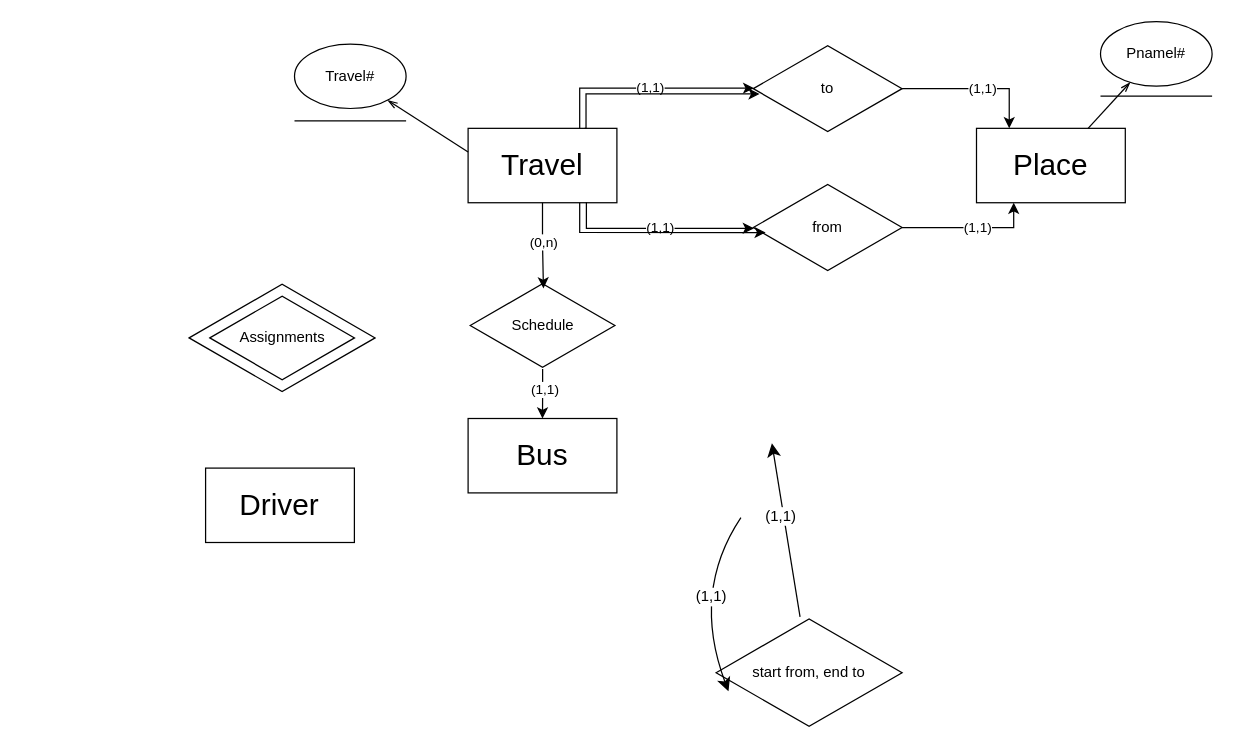
Earlier version of the draw.io diagram databasemgrCourse/assignment1.drawio (turswiming/drawio_file). Source tidied: cells renumbered, new cells numbered last; positions are measured from the earlier drawing's top-left corner, leaving out a move shared by most shapes. Both pictures are drawn from the tidied source at 124%, with x=0, y=0 at pixel (188, 21).
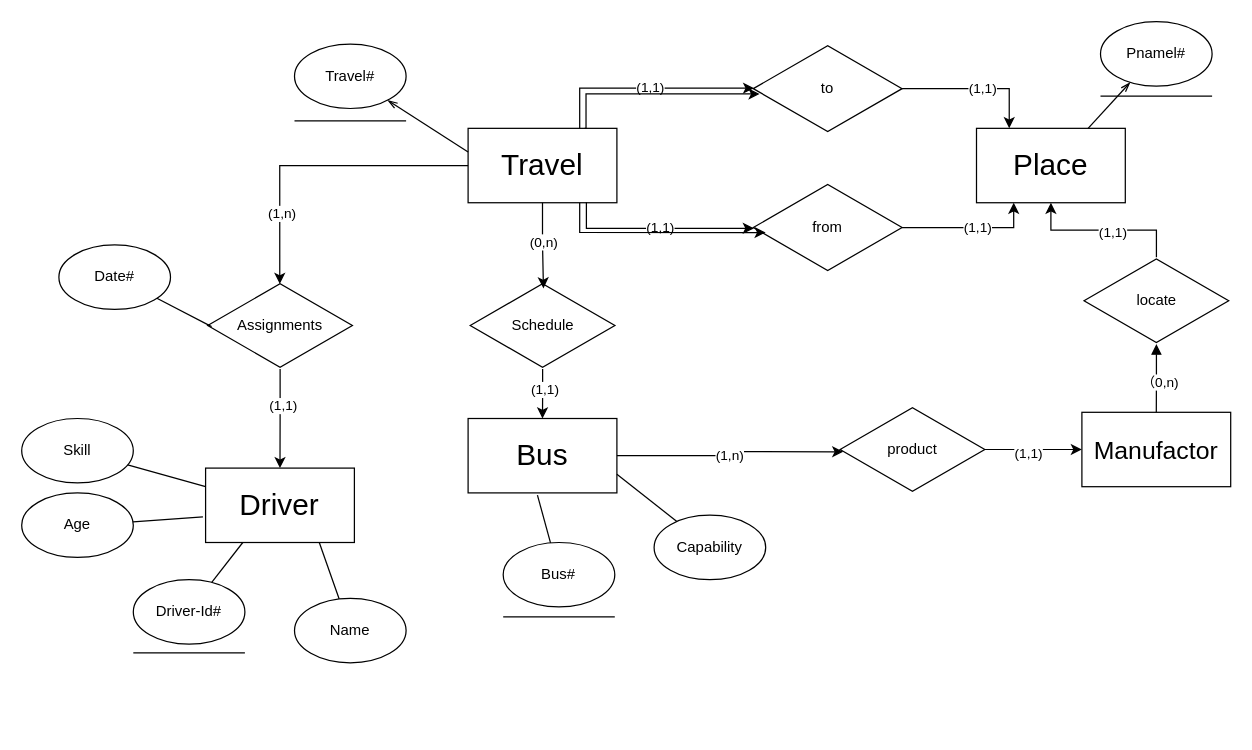
The same diagram, later.

The change refers to these unchanged cells:
```xml
<mxCell id="2" value="&lt;font style=&quot;font-size: 24px;&quot;&gt;Bus&lt;/font&gt;" style="rounded=0;whiteSpace=wrap;html=1;" parent="1" vertex="1">
  <mxGeometry x="225" y="320" width="120" height="60" as="geometry" />
</mxCell>
<mxCell id="9" value="&lt;font style=&quot;font-size: 24px;&quot;&gt;Travel&lt;/font&gt;" style="rounded=0;whiteSpace=wrap;html=1;" parent="1" vertex="1">
  <mxGeometry x="225" y="86" width="120" height="60" as="geometry" />
</mxCell>
<mxCell id="10" value="&lt;font style=&quot;font-size: 24px;&quot;&gt;Place&lt;/font&gt;" style="rounded=0;whiteSpace=wrap;html=1;" parent="1" vertex="1">
  <mxGeometry x="635" y="86" width="120" height="60" as="geometry" />
</mxCell>
<mxCell id="11" value="&lt;font style=&quot;font-size: 24px;&quot;&gt;Driver&lt;/font&gt;" style="rounded=0;whiteSpace=wrap;html=1;" parent="1" vertex="1">
  <mxGeometry x="13.3" y="360" width="120" height="60" as="geometry" />
</mxCell>
```

The edit, as a diff of the source:
```diff
@@
-    <mxCell id="3" style="edgeStyle=none;curved=1;rounded=0;jettySize=auto;html=1;fontSize=12;startSize=8;endSize=8;" parent="1" edge="1" source="5">
-      <mxGeometry relative="1" as="geometry">
-        <mxPoint x="470" y="340" as="targetPoint" />
-      </mxGeometry>
-    </mxCell>
-    <mxCell id="4" value="(1,1)" style="edgeLabel;html=1;align=center;verticalAlign=middle;fontSize=12;" parent="3" vertex="1">
-      <mxGeometry x="0.17" y="3" relative="1" as="geometry" />
-    </mxCell>
-    <mxCell id="5" value="start from, end to" style="html=1;whiteSpace=wrap;shape=isoRectangle;" parent="1" vertex="1">
-      <mxGeometry x="425" y="480" width="150" height="90" as="geometry" />
-    </mxCell>
-    <mxCell id="6" style="edgeStyle=none;curved=1;rounded=0;orthogonalLoop=1;jettySize=auto;html=1;entryX=0;entryY=0.556;entryDx=0;entryDy=0;entryPerimeter=0;fontSize=12;startSize=8;endSize=8;" parent="1" edge="1">
-      <mxGeometry relative="1" as="geometry">
-        <mxPoint x="445" y="400" as="sourcePoint" />
-        <mxPoint x="435" y="540" as="targetPoint" />
-        <Array as="points">
-          <mxPoint x="405" y="460" />
-        </Array>
-      </mxGeometry>
-    </mxCell>
-    <mxCell id="7" style="edgeLabel;html=1;align=center;verticalAlign=middle;fontSize=12;" parent="6" vertex="1">
-      <mxGeometry x="0.01" y="14" relative="1" as="geometry" />
-    </mxCell>
-    <mxCell id="8" value="(1,1)" style="edgeLabel;html=1;align=center;verticalAlign=middle;fontSize=12;" parent="6" vertex="1">
-      <mxGeometry x="0.03" y="13" relative="1" as="geometry" />
-    </mxCell>
@@
-    <mxCell id="30" style="html=1;whiteSpace=wrap;shape=isoRectangle;" parent="1" vertex="1">
-      <mxGeometry y="210" width="150" height="90" as="geometry" />
-    </mxCell>
+    <mxCell id="37" style="edgeStyle=orthogonalEdgeStyle;rounded=0;jettySize=auto;html=1;entryX=0.5;entryY=0;entryDx=0;entryDy=0;" parent="1" edge="1" source="31" target="11">
+      <mxGeometry relative="1" as="geometry" />
+    </mxCell>
+    <mxCell id="38" value="(1,1)" style="edgeLabel;html=1;align=center;verticalAlign=middle;" parent="37" vertex="1">
+      <mxGeometry x="-0.28" y="2" relative="1" as="geometry" />
+    </mxCell>
     <mxCell id="31" value="Assignments" style="html=1;whiteSpace=wrap;shape=isoRectangle;" parent="1" vertex="1">
-      <mxGeometry x="16.7" y="220" width="116.7" height="70" as="geometry" />
+      <mxGeometry x="15" y="210" width="116.7" height="70" as="geometry" />
     </mxCell>
@@
+    <mxCell id="39" style="edgeStyle=orthogonalEdgeStyle;rounded=0;jettySize=auto;html=1;entryX=0.498;entryY=0.021;entryDx=0;entryDy=0;entryPerimeter=0;" parent="1" edge="1" source="9" target="31">
+      <mxGeometry relative="1" as="geometry" />
+    </mxCell>
+    <mxCell id="40" value="(1,n)" style="edgeLabel;html=1;align=center;verticalAlign=middle;" parent="39" vertex="1">
+      <mxGeometry x="0.54" y="1" relative="1" as="geometry" />
+    </mxCell>
+    <mxCell id="41" value="Date#" style="ellipse;whiteSpace=wrap;html=1;" parent="1" vertex="1">
+      <mxGeometry x="-105" y="180" width="90" height="52" as="geometry" />
+    </mxCell>
+    <mxCell id="42" style="rounded=0;jettySize=auto;html=1;entryX=0.027;entryY=0.513;entryDx=0;entryDy=0;entryPerimeter=0;endArrow=none;endFill=0;" parent="1" edge="1" source="41" target="31">
+      <mxGeometry relative="1" as="geometry" />
+    </mxCell>
+    <mxCell id="43" style="rounded=0;jettySize=auto;html=1;entryX=0.25;entryY=1;entryDx=0;entryDy=0;endArrow=none;endFill=0;" parent="1" edge="1" source="44" target="11">
+      <mxGeometry relative="1" as="geometry" />
+    </mxCell>
+    <mxCell id="44" value="Driver-Id#" style="ellipse;whiteSpace=wrap;html=1;" parent="1" vertex="1">
+      <mxGeometry x="-45" y="450" width="90" height="52" as="geometry" />
+    </mxCell>
+    <mxCell id="45" value="Bus#" style="ellipse;whiteSpace=wrap;html=1;" parent="1" vertex="1">
+      <mxGeometry x="253.3" y="420" width="90" height="52" as="geometry" />
+    </mxCell>
+    <mxCell id="46" style="rounded=0;jettySize=auto;html=1;entryX=0.466;entryY=1.03;entryDx=0;entryDy=0;entryPerimeter=0;endArrow=none;endFill=0;" parent="1" edge="1" source="45" target="2">
+      <mxGeometry relative="1" as="geometry" />
+    </mxCell>
+    <mxCell id="47" style="edgeStyle=orthogonalEdgeStyle;rounded=0;jettySize=auto;html=1;" parent="1" edge="1" source="49" target="62">
+      <mxGeometry relative="1" as="geometry" />
+    </mxCell>
+    <mxCell id="48" value="(1,1)" style="edgeLabel;html=1;align=center;verticalAlign=middle;" parent="47" vertex="1">
+      <mxGeometry x="-0.1" y="-2" relative="1" as="geometry" />
+    </mxCell>
+    <mxCell id="49" value="product" style="html=1;whiteSpace=wrap;shape=isoRectangle;" parent="1" vertex="1">
+      <mxGeometry x="525" y="310" width="116.7" height="70" as="geometry" />
+    </mxCell>
+    <mxCell id="50" style="rounded=0;jettySize=auto;html=1;entryX=0.764;entryY=1;entryDx=0;entryDy=0;endArrow=none;endFill=0;entryPerimeter=0;" parent="1" edge="1" source="51" target="11">
+      <mxGeometry relative="1" as="geometry" />
+    </mxCell>
+    <mxCell id="51" value="Name" style="ellipse;whiteSpace=wrap;html=1;" parent="1" vertex="1">
+      <mxGeometry x="85" y="465" width="90" height="52" as="geometry" />
+    </mxCell>
+    <mxCell id="52" style="endArrow=none;html=1;rounded=0;" parent="1" edge="1">
+      <mxGeometry relative="1" as="geometry">
+        <mxPoint x="-45" y="509" as="sourcePoint" />
+        <mxPoint x="45" y="509" as="targetPoint" />
+      </mxGeometry>
+    </mxCell>
+    <mxCell id="53" style="endArrow=none;html=1;rounded=0;" parent="1" edge="1">
+      <mxGeometry relative="1" as="geometry">
+        <mxPoint x="253.3" y="480" as="sourcePoint" />
+        <mxPoint x="343.3" y="480" as="targetPoint" />
+      </mxGeometry>
+    </mxCell>
+    <mxCell id="54" value="Age" style="ellipse;whiteSpace=wrap;html=1;" parent="1" vertex="1">
+      <mxGeometry x="-135" y="380" width="90" height="52" as="geometry" />
+    </mxCell>
+    <mxCell id="55" style="rounded=0;jettySize=auto;html=1;entryX=0;entryY=0.25;entryDx=0;entryDy=0;endArrow=none;endFill=0;" parent="1" edge="1" source="56" target="11">
+      <mxGeometry relative="1" as="geometry" />
+    </mxCell>
+    <mxCell id="56" value="Skill" style="ellipse;whiteSpace=wrap;html=1;" parent="1" vertex="1">
+      <mxGeometry x="-135" y="320" width="90" height="52" as="geometry" />
+    </mxCell>
+    <mxCell id="57" style="rounded=0;jettySize=auto;html=1;entryX=-0.018;entryY=0.654;entryDx=0;entryDy=0;entryPerimeter=0;endArrow=none;endFill=0;" parent="1" edge="1" source="54" target="11">
+      <mxGeometry relative="1" as="geometry" />
+    </mxCell>
+    <mxCell id="58" style="rounded=0;jettySize=auto;html=1;entryX=1;entryY=0.75;entryDx=0;entryDy=0;endArrow=none;endFill=0;" parent="1" edge="1" source="59" target="2">
+      <mxGeometry relative="1" as="geometry" />
+    </mxCell>
+    <mxCell id="59" value="Capability" style="ellipse;whiteSpace=wrap;html=1;" parent="1" vertex="1">
+      <mxGeometry x="375" y="398" width="90" height="52" as="geometry" />
+    </mxCell>
+    <mxCell id="60" style="edgeStyle=orthogonalEdgeStyle;rounded=0;jettySize=auto;html=1;entryX=0.022;entryY=0.526;entryDx=0;entryDy=0;entryPerimeter=0;" parent="1" edge="1" source="2" target="49">
+      <mxGeometry relative="1" as="geometry" />
+    </mxCell>
+    <mxCell id="61" value="(1,n)" style="edgeLabel;html=1;align=center;verticalAlign=middle;" parent="60" vertex="1">
+      <mxGeometry x="0.01" y="-3" relative="1" as="geometry" />
+    </mxCell>
+    <mxCell id="62" value="Manufactor" style="rounded=0;whiteSpace=wrap;html=1;fontSize=20;" parent="1" vertex="1">
+      <mxGeometry x="720" y="315" width="120" height="60" as="geometry" />
+    </mxCell>
+    <mxCell id="63" style="edgeStyle=orthogonalEdgeStyle;rounded=0;jettySize=auto;html=1;entryX=0.5;entryY=0;entryDx=0;entryDy=0;endArrow=none;endFill=0;startArrow=block;startFill=1;" parent="1" edge="1" source="67" target="62">
+      <mxGeometry relative="1" as="geometry" />
+    </mxCell>
+    <mxCell id="64" value="（0,n)" style="edgeLabel;html=1;align=center;verticalAlign=middle;" parent="63" vertex="1">
+      <mxGeometry x="0.13" y="2" relative="1" as="geometry" />
+    </mxCell>
+    <mxCell id="65" style="edgeStyle=orthogonalEdgeStyle;rounded=0;jettySize=auto;html=1;entryX=0.5;entryY=1;entryDx=0;entryDy=0;" parent="1" edge="1" source="67" target="10">
+      <mxGeometry relative="1" as="geometry" />
+    </mxCell>
+    <mxCell id="66" value="(1,1)" style="edgeLabel;html=1;align=center;verticalAlign=middle;" parent="65" vertex="1">
+      <mxGeometry x="-0.1" y="1" relative="1" as="geometry" />
+    </mxCell>
+    <mxCell id="67" value="locate" style="html=1;whiteSpace=wrap;shape=isoRectangle;" parent="1" vertex="1">
+      <mxGeometry x="721.7" y="190" width="116.7" height="70" as="geometry" />
+    </mxCell>
```
